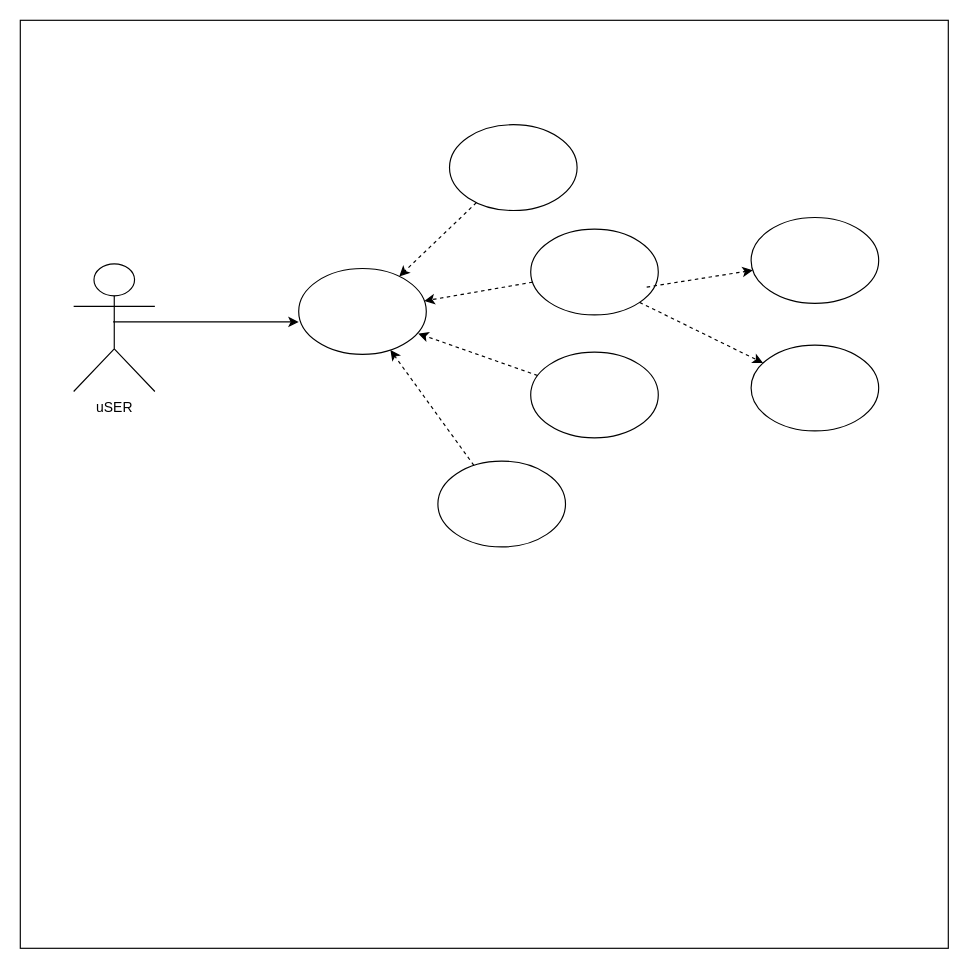
Earlier version of the draw.io diagram CRUSUML.drawio (DONNWILZY/HNGTaskTwo). Source tidied: cells renumbered, new cells numbered last; positions are measured from the earlier drawing's top-left corner, leaving out a move shared by most shapes. Both pictures are drawn from the tidied source at 116%, with x=0, y=0 at pixel (20, 20).
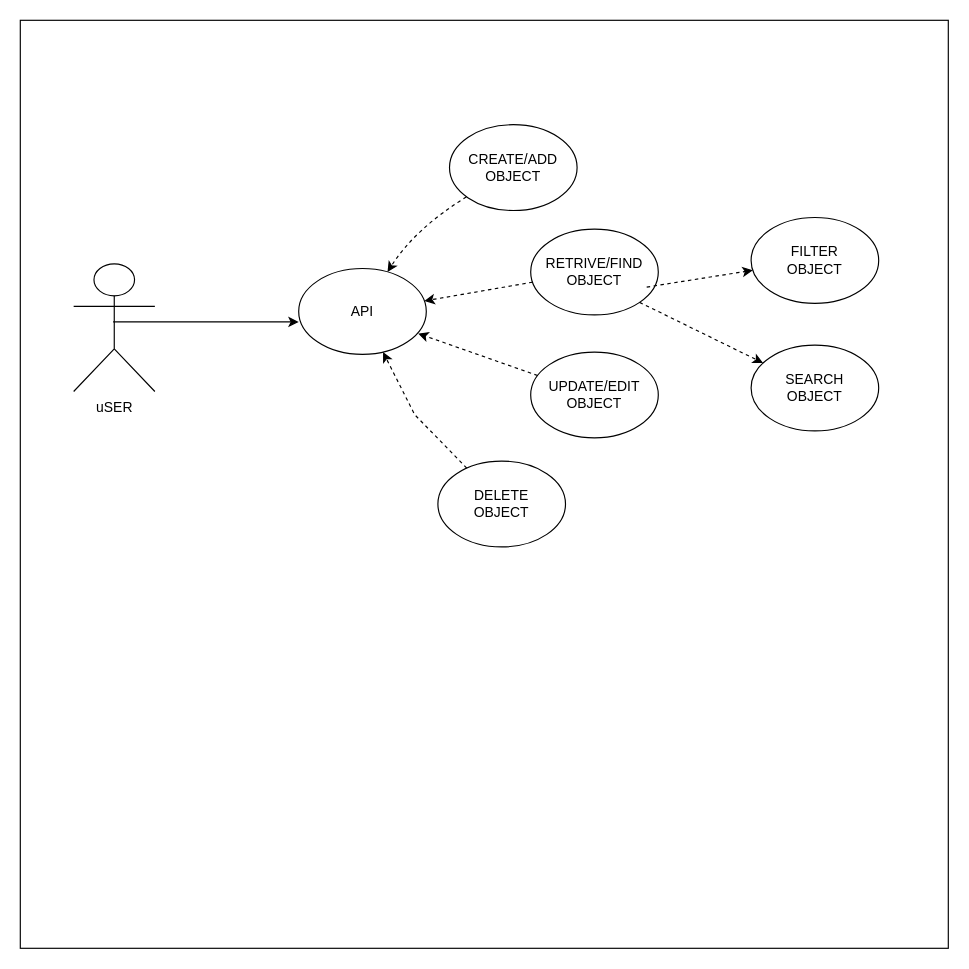
The same page after the edit.

Change to the diagram source:
```diff
@@
-    <mxCell id="3" style="ellipse;whiteSpace=wrap;html=1;" parent="1" vertex="1">
+    <mxCell id="3" value="API" style="ellipse;whiteSpace=wrap;html=1;" parent="1" vertex="1">
       <mxGeometry x="240" y="214" width="110" height="74" as="geometry" />
     </mxCell>
@@
-    <mxCell id="5" style="ellipse;whiteSpace=wrap;html=1;" parent="1" vertex="1">
+    <mxCell id="5" value="CREATE/ADD&lt;br&gt;OBJECT" style="ellipse;whiteSpace=wrap;html=1;" parent="1" vertex="1">
       <mxGeometry x="370" y="90" width="110" height="74" as="geometry" />
     </mxCell>
-    <mxCell id="6" style="ellipse;whiteSpace=wrap;html=1;" parent="1" vertex="1">
+    <mxCell id="6" value="RETRIVE/FIND&lt;br style=&quot;border-color: var(--border-color);&quot;&gt;OBJECT" style="ellipse;whiteSpace=wrap;html=1;" parent="1" vertex="1">
       <mxGeometry x="440" y="180" width="110" height="74" as="geometry" />
     </mxCell>
-    <mxCell id="7" style="ellipse;whiteSpace=wrap;html=1;" parent="1" vertex="1">
+    <mxCell id="7" value="UPDATE/EDIT&lt;br style=&quot;border-color: var(--border-color);&quot;&gt;OBJECT" style="ellipse;whiteSpace=wrap;html=1;" parent="1" vertex="1">
       <mxGeometry x="440" y="286" width="110" height="74" as="geometry" />
     </mxCell>
-    <mxCell id="8" style="ellipse;whiteSpace=wrap;html=1;" parent="1" vertex="1">
+    <mxCell id="8" value="DELETE&lt;br style=&quot;border-color: var(--border-color);&quot;&gt;OBJECT" style="ellipse;whiteSpace=wrap;html=1;" parent="1" vertex="1">
       <mxGeometry x="360" y="380" width="110" height="74" as="geometry" />
     </mxCell>
-    <mxCell id="9" style="ellipse;whiteSpace=wrap;html=1;" parent="1" vertex="1">
+    <mxCell id="9" value="FILTER&lt;br style=&quot;border-color: var(--border-color);&quot;&gt;OBJECT" style="ellipse;whiteSpace=wrap;html=1;" parent="1" vertex="1">
       <mxGeometry x="630" y="170" width="110" height="74" as="geometry" />
     </mxCell>
-    <mxCell id="10" style="ellipse;whiteSpace=wrap;html=1;" parent="1" vertex="1">
+    <mxCell id="10" value="SEARCH&lt;br style=&quot;border-color: var(--border-color);&quot;&gt;OBJECT" style="ellipse;whiteSpace=wrap;html=1;" parent="1" vertex="1">
       <mxGeometry x="630" y="280" width="110" height="74" as="geometry" />
     </mxCell>
-    <mxCell id="11" style="endArrow=classic;html=1;rounded=0;dashed=1;" parent="1" edge="1" source="5" target="3">
-      <mxGeometry relative="1" as="geometry" />
+    <mxCell id="11" style="endArrow=classic;html=1;dashed=1;strokeColor=default;curved=1;" parent="1" edge="1" source="5" target="3">
+      <mxGeometry relative="1" as="geometry">
+        <Array as="points">
+          <mxPoint x="340" y="180" />
+        </Array>
+      </mxGeometry>
     </mxCell>
@@
-    <mxCell id="14" style="endArrow=classic;html=1;rounded=0;entryX=0.936;entryY=0.757;entryDx=0;entryDy=0;entryPerimeter=0;dashed=1;" parent="1" edge="1" source="7" target="3">
+    <mxCell id="14" style="endArrow=classic;html=1;rounded=0;entryX=0.936;entryY=0.757;entryDx=0;entryDy=0;entryPerimeter=0;dashed=1;jumpStyle=gap;" parent="1" edge="1" source="7" target="3">
       <mxGeometry relative="1" as="geometry" />
     </mxCell>
     <mxCell id="15" style="endArrow=classic;html=1;rounded=0;dashed=1;" parent="1" edge="1" source="8" target="3">
-      <mxGeometry relative="1" as="geometry" />
+      <mxGeometry relative="1" as="geometry">
+        <Array as="points">
+          <mxPoint x="340" y="340" />
+        </Array>
+      </mxGeometry>
     </mxCell>
```
